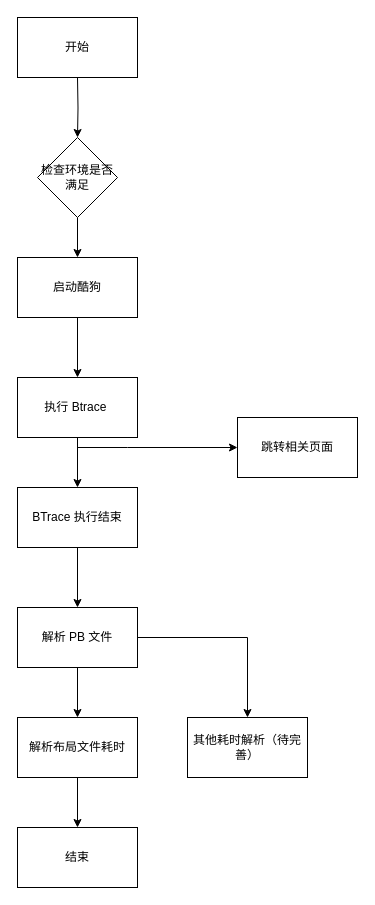
Earlier version of the draw.io diagram 未命名绘图.drawio (gdutxiaoxu/diagrams). Source tidied: cells renumbered, new cells numbered last; positions are measured from the earlier drawing's top-left corner, leaving out a move shared by most shapes. Both pictures are drawn from the tidied source at 100%, with x=0, y=0 at pixel (17, 17).
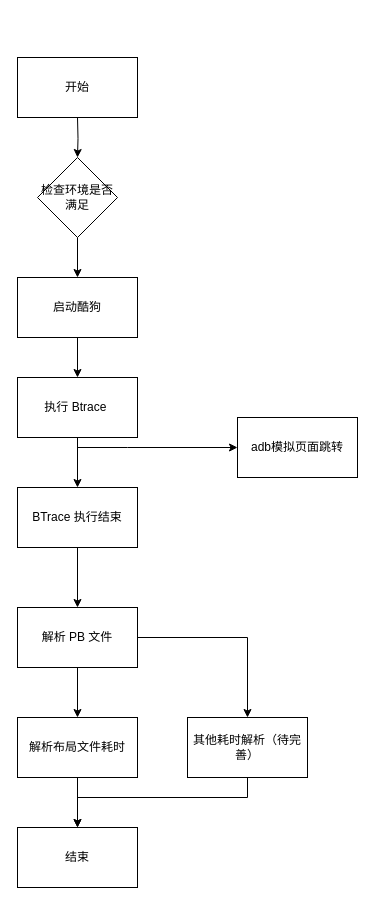
The same diagram, later.

Unchanged cells that the change refers to:
```xml
<mxCell id="19" value="结束" style="whiteSpace=wrap;html=1;rounded=0;" parent="1" vertex="1">
  <mxGeometry y="810" width="120" height="60" as="geometry" />
</mxCell>
<mxCell id="20" value="其他耗时解析（待完善）" style="whiteSpace=wrap;html=1;rounded=0;" parent="1" vertex="1">
  <mxGeometry x="170" y="700" width="120" height="60" as="geometry" />
</mxCell>
```

What changed in the source:
```diff
@@
     <mxCell id="2" value="开始" style="rounded=0;whiteSpace=wrap;html=1;" parent="1" vertex="1">
-      <mxGeometry width="120" height="60" as="geometry" />
+      <mxGeometry y="40" width="120" height="60" as="geometry" />
     </mxCell>
     <mxCell id="3" style="edgeStyle=orthogonalEdgeStyle;rounded=0;jettySize=auto;html=1;" parent="1" edge="1" target="5">
       <mxGeometry relative="1" as="geometry">
-        <mxPoint x="60" y="60" as="sourcePoint" />
+        <mxPoint x="60" y="100" as="sourcePoint" />
       </mxGeometry>
     </mxCell>
@@
     <mxCell id="5" value="检查环境是否满足" style="rhombus;whiteSpace=wrap;html=1;rounded=0;" parent="1" vertex="1">
-      <mxGeometry x="20" y="120" width="80" height="80" as="geometry" />
+      <mxGeometry x="20" y="140" width="80" height="80" as="geometry" />
     </mxCell>
@@
     <mxCell id="8" value="启动酷狗" style="whiteSpace=wrap;html=1;rounded=0;" parent="1" vertex="1">
-      <mxGeometry y="240" width="120" height="60" as="geometry" />
+      <mxGeometry y="260" width="120" height="60" as="geometry" />
     </mxCell>
@@
-    <mxCell id="11" value="跳转相关页面" style="whiteSpace=wrap;html=1;rounded=0;" parent="1" vertex="1">
+    <mxCell id="11" value="adb模拟页面跳转" style="whiteSpace=wrap;html=1;rounded=0;" parent="1" vertex="1">
       <mxGeometry x="220" y="400" width="120" height="60" as="geometry" />
     </mxCell>
@@
+    <mxCell id="21" style="edgeStyle=orthogonalEdgeStyle;rounded=0;jettySize=auto;html=1;entryX=0.5;entryY=0;entryDx=0;entryDy=0;" parent="1" edge="1" source="20" target="19">
+      <mxGeometry relative="1" as="geometry">
+        <Array as="points">
+          <mxPoint x="230" y="780" />
+          <mxPoint x="60" y="780" />
+        </Array>
+      </mxGeometry>
+    </mxCell>
```
